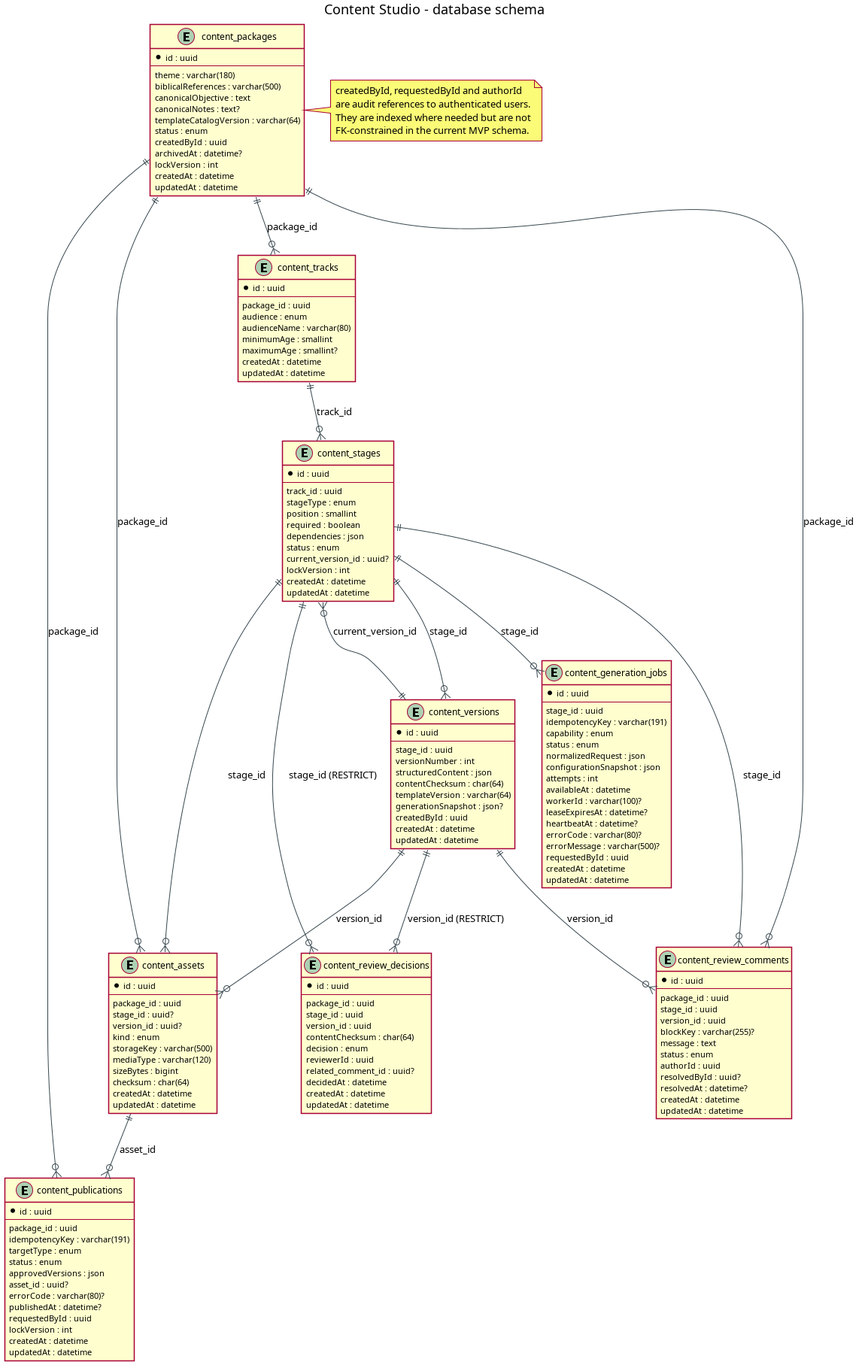
The PlantUML diagram docs/diagrams/database/content-studio-schema.png in orfanatonib/orfanatonib-api, before a commit. Its source is kept beside it as docs/diagrams/database/content-studio-schema.puml.
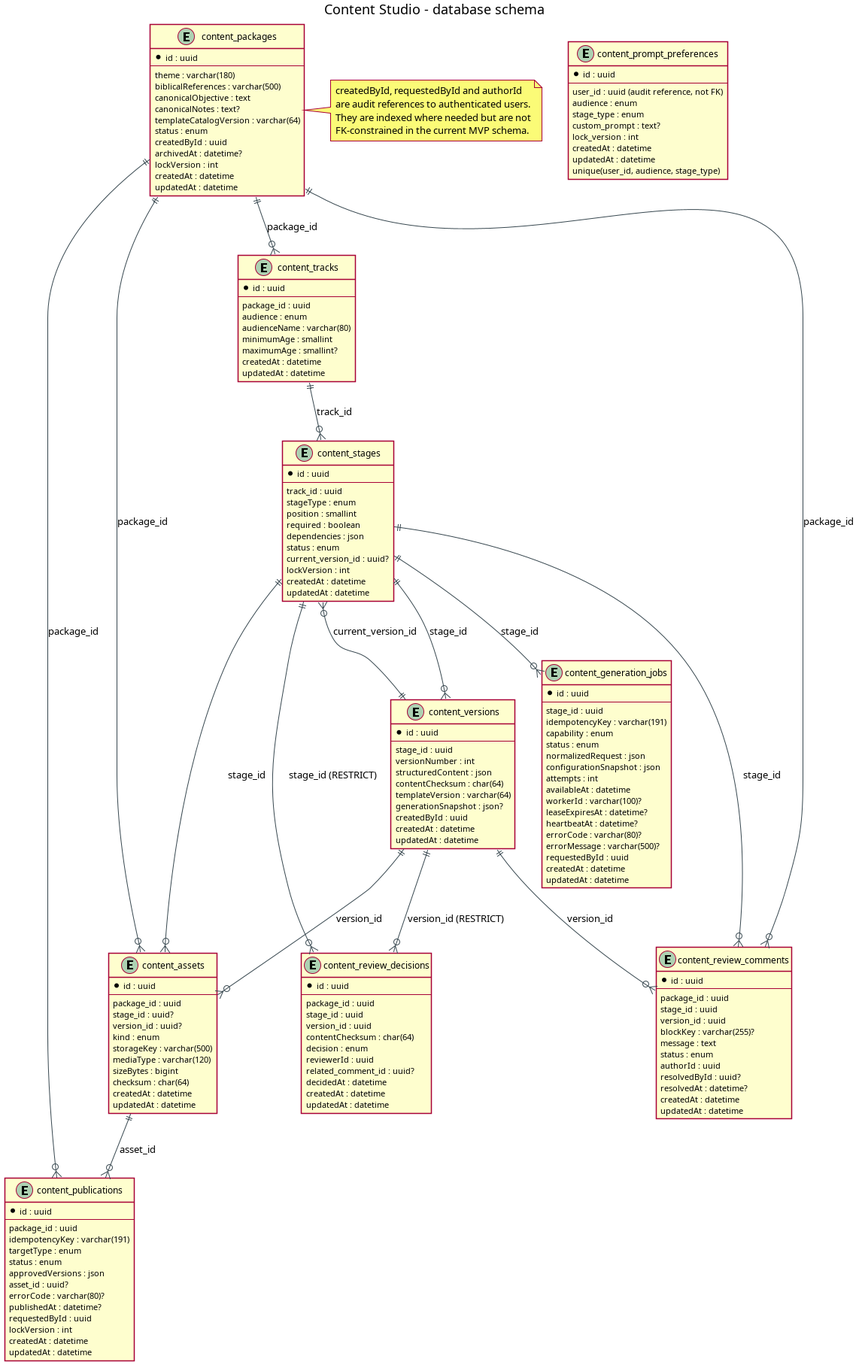
The same diagram one commit later.

The edit, as a diff of the source:
```diff
@@ -156,6 +156,19 @@
 stages ||--o{ assets : stage_id
 versions ||--o{ assets : version_id
 packages ||--o{ comments : package_id
+entity "content_prompt_preferences" as promptprefs {
+  * id : uuid
+  --
+  user_id : uuid (audit reference, not FK)
+  audience : enum
+  stage_type : enum
+  custom_prompt : text?
+  lock_version : int
+  createdAt : datetime
+  updatedAt : datetime
+  unique(user_id, audience, stage_type)
+}
+
 stages ||--o{ comments : stage_id
 versions ||--o{ comments : version_id
 stages ||--o{ decisions : stage_id (RESTRICT)
```
